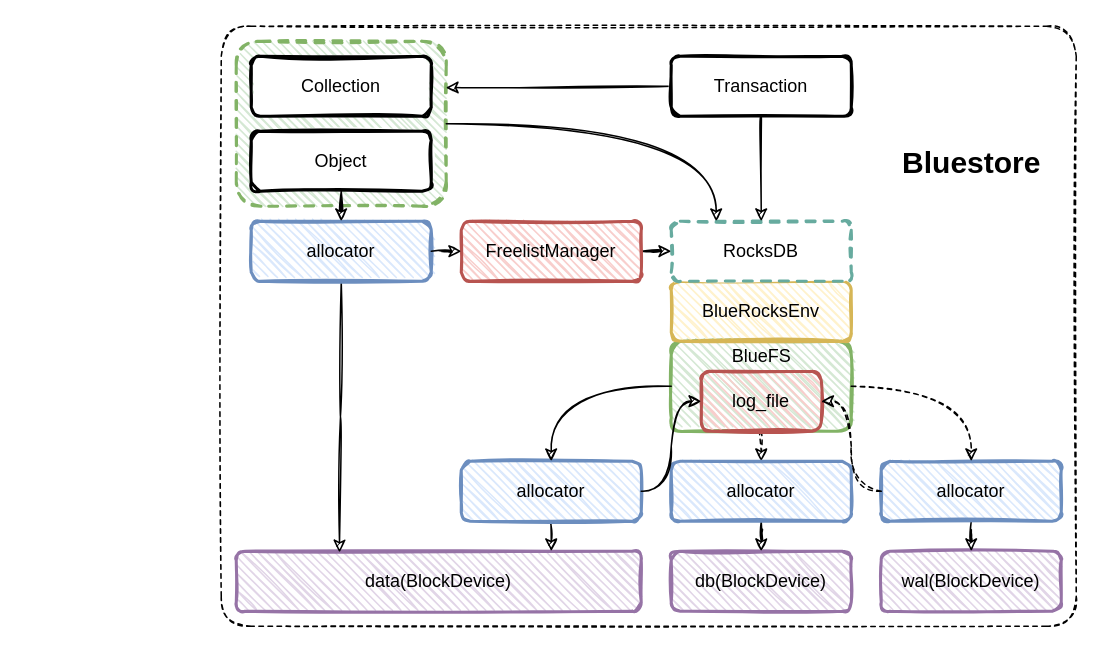
This is page "Bluestore" (1 of 3) of ceph/bluestore.drawio from EarthWind/deeparch, a draw.io file, before an edit. Source tidied: cells renumbered, new cells numbered last; positions are measured from the earlier drawing's top-left corner, leaving out a move shared by most shapes. Both pictures are drawn from the tidied source at 150%, with x=0, y=0 at pixel (220, 26).
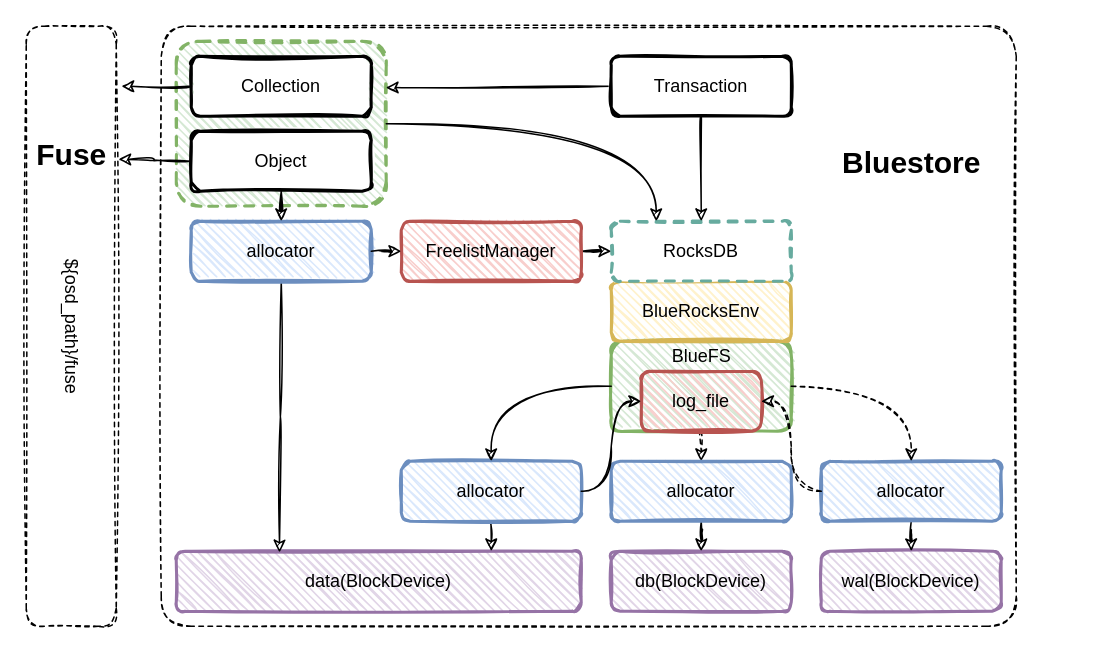
Above is the later version.

The edit, as a diff of the source:
```diff
@@
-    <mxCell id="2" style="group;" parent="1" vertex="1">
-      <mxGeometry width="570" height="400" as="geometry" />
-    </mxCell>
+    <mxCell id="37" value="&lt;span&gt;&lt;br&gt;&lt;/span&gt;" style="rounded=1;whiteSpace=wrap;html=1;strokeWidth=1;fillWeight=1;hachureGap=4;hachureAngle=45;sketch=1;fontStyle=0;arcSize=20;dashed=1;" parent="1" vertex="1">
+      <mxGeometry x="-130" width="60" height="400" as="geometry" />
+    </mxCell>
+    <mxCell id="38" style="group;" parent="1" vertex="1">
+      <mxGeometry x="-40" width="570" height="400" as="geometry" />
+    </mxCell>
-    <mxCell id="3" value="&lt;span&gt;&lt;br&gt;&lt;/span&gt;" style="rounded=1;whiteSpace=wrap;html=1;strokeWidth=1;fillWeight=1;hachureGap=4;hachureAngle=45;sketch=1;fontStyle=0;arcSize=5;dashed=1;" parent="2" vertex="1">
+    <mxCell id="3" value="&lt;span&gt;&lt;br&gt;&lt;/span&gt;" style="rounded=1;whiteSpace=wrap;html=1;strokeWidth=1;fillWeight=1;hachureGap=4;hachureAngle=45;sketch=1;fontStyle=0;arcSize=5;dashed=1;" parent="38" vertex="1">
       <mxGeometry width="570" height="400" as="geometry" />
     </mxCell>
-    <mxCell id="4" value="&lt;span&gt;&lt;br&gt;&lt;/span&gt;" style="rounded=1;whiteSpace=wrap;html=1;strokeWidth=2;fillWeight=1;hachureGap=4;hachureAngle=45;sketch=1;fontStyle=0;dashed=1;fillColor=#d5e8d4;strokeColor=#82b366;" parent="2" vertex="1">
+    <mxCell id="4" value="&lt;span&gt;&lt;br&gt;&lt;/span&gt;" style="rounded=1;whiteSpace=wrap;html=1;strokeWidth=2;fillWeight=1;hachureGap=4;hachureAngle=45;sketch=1;fontStyle=0;dashed=1;fillColor=#d5e8d4;strokeColor=#82b366;" parent="38" vertex="1">
       <mxGeometry x="10" y="10" width="140" height="110" as="geometry" />
     </mxCell>
-    <mxCell id="5" value="data(BlockDevice)" style="rounded=1;whiteSpace=wrap;html=1;strokeWidth=2;fillWeight=1;hachureGap=4;hachureAngle=45;sketch=1;fontStyle=0;fillColor=#e1d5e7;strokeColor=#9673a6;" parent="2" vertex="1">
+    <mxCell id="5" value="data(BlockDevice)" style="rounded=1;whiteSpace=wrap;html=1;strokeWidth=2;fillWeight=1;hachureGap=4;hachureAngle=45;sketch=1;fontStyle=0;fillColor=#e1d5e7;strokeColor=#9673a6;" parent="38" vertex="1">
       <mxGeometry x="10" y="350" width="270" height="40" as="geometry" />
     </mxCell>
-    <mxCell id="6" value="&lt;span&gt;db(BlockDevice)&lt;/span&gt;" style="rounded=1;whiteSpace=wrap;html=1;strokeWidth=2;fillWeight=1;hachureGap=4;hachureAngle=45;sketch=1;fontStyle=0;fillColor=#e1d5e7;strokeColor=#9673a6;" parent="2" vertex="1">
+    <mxCell id="6" value="&lt;span&gt;db(BlockDevice)&lt;/span&gt;" style="rounded=1;whiteSpace=wrap;html=1;strokeWidth=2;fillWeight=1;hachureGap=4;hachureAngle=45;sketch=1;fontStyle=0;fillColor=#e1d5e7;strokeColor=#9673a6;" parent="38" vertex="1">
       <mxGeometry x="300" y="350" width="120" height="40" as="geometry" />
     </mxCell>
-    <mxCell id="7" value="wal(BlockDevice)" style="rounded=1;whiteSpace=wrap;html=1;strokeWidth=2;fillWeight=1;hachureGap=4;hachureAngle=45;sketch=1;fontStyle=0;fillColor=#e1d5e7;strokeColor=#9673a6;" parent="2" vertex="1">
+    <mxCell id="7" value="wal(BlockDevice)" style="rounded=1;whiteSpace=wrap;html=1;strokeWidth=2;fillWeight=1;hachureGap=4;hachureAngle=45;sketch=1;fontStyle=0;fillColor=#e1d5e7;strokeColor=#9673a6;" parent="38" vertex="1">
       <mxGeometry x="440" y="350" width="120" height="40" as="geometry" />
     </mxCell>
-    <mxCell id="8" style="edgeStyle=orthogonalEdgeStyle;rounded=0;jettySize=auto;html=1;sketch=1;curved=1;dashed=1;" parent="2" edge="1" source="9">
+    <mxCell id="8" style="edgeStyle=orthogonalEdgeStyle;rounded=0;jettySize=auto;html=1;sketch=1;curved=1;dashed=1;" parent="38" edge="1" source="9">
       <mxGeometry relative="1" as="geometry">
         <mxPoint x="360" y="290" as="targetPoint" />
       </mxGeometry>
     </mxCell>
-    <mxCell id="9" style="rounded=1;whiteSpace=wrap;html=1;strokeWidth=2;fillWeight=1;hachureGap=4;hachureAngle=45;sketch=1;fontStyle=0;fillColor=#d5e8d4;strokeColor=#82b366;" parent="2" vertex="1">
+    <mxCell id="9" style="rounded=1;whiteSpace=wrap;html=1;strokeWidth=2;fillWeight=1;hachureGap=4;hachureAngle=45;sketch=1;fontStyle=0;fillColor=#d5e8d4;strokeColor=#82b366;" parent="38" vertex="1">
       <mxGeometry x="300" y="210" width="120" height="60" as="geometry" />
     </mxCell>
-    <mxCell id="10" value="BlueRocksEnv" style="rounded=1;whiteSpace=wrap;html=1;strokeWidth=2;fillWeight=1;hachureGap=4;hachureAngle=45;sketch=1;fontStyle=0;fillColor=#fff2cc;strokeColor=#d6b656;" parent="2" vertex="1">
+    <mxCell id="10" value="BlueRocksEnv" style="rounded=1;whiteSpace=wrap;html=1;strokeWidth=2;fillWeight=1;hachureGap=4;hachureAngle=45;sketch=1;fontStyle=0;fillColor=#fff2cc;strokeColor=#d6b656;" parent="38" vertex="1">
       <mxGeometry x="300" y="170" width="120" height="40" as="geometry" />
     </mxCell>
-    <mxCell id="11" value="RocksDB" style="rounded=1;whiteSpace=wrap;html=1;strokeWidth=2;fillWeight=1;hachureGap=4;hachureAngle=45;sketch=1;fontStyle=0;dashed=1;strokeColor=#67AB9F;" parent="2" vertex="1">
+    <mxCell id="11" value="RocksDB" style="rounded=1;whiteSpace=wrap;html=1;strokeWidth=2;fillWeight=1;hachureGap=4;hachureAngle=45;sketch=1;fontStyle=0;dashed=1;strokeColor=#67AB9F;" parent="38" vertex="1">
       <mxGeometry x="300" y="130" width="120" height="40" as="geometry" />
     </mxCell>
-    <mxCell id="12" style="edgeStyle=orthogonalEdgeStyle;curved=1;rounded=0;sketch=1;jettySize=auto;html=1;entryX=0.25;entryY=0;entryDx=0;entryDy=0;" parent="2" edge="1" source="4" target="11">
+    <mxCell id="12" style="edgeStyle=orthogonalEdgeStyle;curved=1;rounded=0;sketch=1;jettySize=auto;html=1;entryX=0.25;entryY=0;entryDx=0;entryDy=0;" parent="38" edge="1" source="4" target="11">
       <mxGeometry relative="1" as="geometry" />
     </mxCell>
-    <mxCell id="13" style="edgeStyle=orthogonalEdgeStyle;curved=1;rounded=0;sketch=1;jettySize=auto;html=1;entryX=0.778;entryY=0;entryDx=0;entryDy=0;entryPerimeter=0;" parent="2" edge="1" source="14" target="5">
+    <mxCell id="13" style="edgeStyle=orthogonalEdgeStyle;curved=1;rounded=0;sketch=1;jettySize=auto;html=1;entryX=0.778;entryY=0;entryDx=0;entryDy=0;entryPerimeter=0;" parent="38" edge="1" source="14" target="5">
       <mxGeometry relative="1" as="geometry" />
     </mxCell>
-    <mxCell id="14" value="&lt;span&gt;allocator&lt;br&gt;&lt;/span&gt;" style="rounded=1;whiteSpace=wrap;html=1;strokeWidth=2;fillWeight=1;hachureGap=4;hachureAngle=45;sketch=1;fontStyle=0;fillColor=#dae8fc;strokeColor=#6c8ebf;" parent="2" vertex="1">
+    <mxCell id="14" value="&lt;span&gt;allocator&lt;br&gt;&lt;/span&gt;" style="rounded=1;whiteSpace=wrap;html=1;strokeWidth=2;fillWeight=1;hachureGap=4;hachureAngle=45;sketch=1;fontStyle=0;fillColor=#dae8fc;strokeColor=#6c8ebf;" parent="38" vertex="1">
       <mxGeometry x="160" y="290" width="120" height="40" as="geometry" />
     </mxCell>
-    <mxCell id="15" style="edgeStyle=orthogonalEdgeStyle;curved=1;rounded=0;sketch=1;jettySize=auto;html=1;entryX=0.5;entryY=0;entryDx=0;entryDy=0;" parent="2" edge="1" source="9" target="14">
+    <mxCell id="15" style="edgeStyle=orthogonalEdgeStyle;curved=1;rounded=0;sketch=1;jettySize=auto;html=1;entryX=0.5;entryY=0;entryDx=0;entryDy=0;" parent="38" edge="1" source="9" target="14">
       <mxGeometry relative="1" as="geometry" />
     </mxCell>
-    <mxCell id="16" style="edgeStyle=orthogonalEdgeStyle;curved=1;rounded=0;sketch=1;jettySize=auto;html=1;entryX=0.5;entryY=0;entryDx=0;entryDy=0;" parent="2" edge="1" source="17" target="6">
+    <mxCell id="16" style="edgeStyle=orthogonalEdgeStyle;curved=1;rounded=0;sketch=1;jettySize=auto;html=1;entryX=0.5;entryY=0;entryDx=0;entryDy=0;" parent="38" edge="1" source="17" target="6">
       <mxGeometry relative="1" as="geometry" />
     </mxCell>
-    <mxCell id="17" value="&lt;span&gt;allocator&lt;br&gt;&lt;/span&gt;" style="rounded=1;whiteSpace=wrap;html=1;strokeWidth=2;fillWeight=1;hachureGap=4;hachureAngle=45;sketch=1;fontStyle=0;fillColor=#dae8fc;strokeColor=#6c8ebf;" parent="2" vertex="1">
+    <mxCell id="17" value="&lt;span&gt;allocator&lt;br&gt;&lt;/span&gt;" style="rounded=1;whiteSpace=wrap;html=1;strokeWidth=2;fillWeight=1;hachureGap=4;hachureAngle=45;sketch=1;fontStyle=0;fillColor=#dae8fc;strokeColor=#6c8ebf;" parent="38" vertex="1">
       <mxGeometry x="300" y="290" width="120" height="40" as="geometry" />
     </mxCell>
-    <mxCell id="18" style="edgeStyle=orthogonalEdgeStyle;curved=1;rounded=0;sketch=1;jettySize=auto;html=1;entryX=0.5;entryY=0;entryDx=0;entryDy=0;" parent="2" edge="1" source="19" target="7">
+    <mxCell id="18" style="edgeStyle=orthogonalEdgeStyle;curved=1;rounded=0;sketch=1;jettySize=auto;html=1;entryX=0.5;entryY=0;entryDx=0;entryDy=0;" parent="38" edge="1" source="19" target="7">
       <mxGeometry relative="1" as="geometry" />
     </mxCell>
-    <mxCell id="19" value="&lt;span&gt;allocator&lt;br&gt;&lt;/span&gt;" style="rounded=1;whiteSpace=wrap;html=1;strokeWidth=2;fillWeight=1;hachureGap=4;hachureAngle=45;sketch=1;fontStyle=0;fillColor=#dae8fc;strokeColor=#6c8ebf;" parent="2" vertex="1">
+    <mxCell id="19" value="&lt;span&gt;allocator&lt;br&gt;&lt;/span&gt;" style="rounded=1;whiteSpace=wrap;html=1;strokeWidth=2;fillWeight=1;hachureGap=4;hachureAngle=45;sketch=1;fontStyle=0;fillColor=#dae8fc;strokeColor=#6c8ebf;" parent="38" vertex="1">
       <mxGeometry x="440" y="290" width="120" height="40" as="geometry" />
     </mxCell>
-    <mxCell id="20" style="edgeStyle=orthogonalEdgeStyle;curved=1;rounded=0;sketch=1;jettySize=auto;html=1;exitX=1;exitY=0.5;exitDx=0;exitDy=0;dashed=1;entryX=0.5;entryY=0;entryDx=0;entryDy=0;" parent="2" edge="1" source="9" target="19">
+    <mxCell id="20" style="edgeStyle=orthogonalEdgeStyle;curved=1;rounded=0;sketch=1;jettySize=auto;html=1;exitX=1;exitY=0.5;exitDx=0;exitDy=0;dashed=1;entryX=0.5;entryY=0;entryDx=0;entryDy=0;" parent="38" edge="1" source="9" target="19">
       <mxGeometry relative="1" as="geometry" />
     </mxCell>
-    <mxCell id="21" style="edgeStyle=orthogonalEdgeStyle;curved=1;rounded=0;sketch=1;jettySize=auto;html=1;entryX=0.255;entryY=0.02;entryDx=0;entryDy=0;entryPerimeter=0;" parent="2" edge="1" source="22" target="5">
+    <mxCell id="21" style="edgeStyle=orthogonalEdgeStyle;curved=1;rounded=0;sketch=1;jettySize=auto;html=1;entryX=0.255;entryY=0.02;entryDx=0;entryDy=0;entryPerimeter=0;" parent="38" edge="1" source="22" target="5">
       <mxGeometry relative="1" as="geometry" />
     </mxCell>
-    <mxCell id="22" value="&lt;span&gt;allocator&lt;br&gt;&lt;/span&gt;" style="rounded=1;whiteSpace=wrap;html=1;strokeWidth=2;fillWeight=1;hachureGap=4;hachureAngle=45;sketch=1;fontStyle=0;fillColor=#dae8fc;strokeColor=#6c8ebf;" parent="2" vertex="1">
+    <mxCell id="22" value="&lt;span&gt;allocator&lt;br&gt;&lt;/span&gt;" style="rounded=1;whiteSpace=wrap;html=1;strokeWidth=2;fillWeight=1;hachureGap=4;hachureAngle=45;sketch=1;fontStyle=0;fillColor=#dae8fc;strokeColor=#6c8ebf;" parent="38" vertex="1">
       <mxGeometry x="20" y="130" width="120" height="40" as="geometry" />
     </mxCell>
-    <mxCell id="23" style="edgeStyle=orthogonalEdgeStyle;curved=1;rounded=0;sketch=1;jettySize=auto;html=1;entryX=0;entryY=0.5;entryDx=0;entryDy=0;" parent="2" edge="1" source="24" target="11">
+    <mxCell id="23" style="edgeStyle=orthogonalEdgeStyle;curved=1;rounded=0;sketch=1;jettySize=auto;html=1;entryX=0;entryY=0.5;entryDx=0;entryDy=0;" parent="38" edge="1" source="24" target="11">
       <mxGeometry relative="1" as="geometry" />
     </mxCell>
-    <mxCell id="24" value="&lt;span&gt;FreelistManager&lt;br&gt;&lt;/span&gt;" style="rounded=1;whiteSpace=wrap;html=1;strokeWidth=2;fillWeight=1;hachureGap=4;hachureAngle=45;sketch=1;fontStyle=0;fillColor=#f8cecc;strokeColor=#b85450;" parent="2" vertex="1">
+    <mxCell id="24" value="&lt;span&gt;FreelistManager&lt;br&gt;&lt;/span&gt;" style="rounded=1;whiteSpace=wrap;html=1;strokeWidth=2;fillWeight=1;hachureGap=4;hachureAngle=45;sketch=1;fontStyle=0;fillColor=#f8cecc;strokeColor=#b85450;" parent="38" vertex="1">
       <mxGeometry x="160" y="130" width="120" height="40" as="geometry" />
     </mxCell>
-    <mxCell id="25" style="edgeStyle=orthogonalEdgeStyle;curved=1;rounded=0;sketch=1;jettySize=auto;html=1;entryX=0;entryY=0.5;entryDx=0;entryDy=0;" parent="2" edge="1" source="22" target="24">
+    <mxCell id="25" style="edgeStyle=orthogonalEdgeStyle;curved=1;rounded=0;sketch=1;jettySize=auto;html=1;entryX=0;entryY=0.5;entryDx=0;entryDy=0;" parent="38" edge="1" source="22" target="24">
       <mxGeometry relative="1" as="geometry" />
     </mxCell>
-    <mxCell id="26" style="edgeStyle=orthogonalEdgeStyle;curved=1;rounded=0;sketch=1;jettySize=auto;html=1;entryX=0.5;entryY=0;entryDx=0;entryDy=0;" parent="2" edge="1" source="28" target="11">
+    <mxCell id="26" style="edgeStyle=orthogonalEdgeStyle;curved=1;rounded=0;sketch=1;jettySize=auto;html=1;entryX=0.5;entryY=0;entryDx=0;entryDy=0;" parent="38" edge="1" source="28" target="11">
       <mxGeometry relative="1" as="geometry" />
     </mxCell>
-    <mxCell id="27" style="edgeStyle=orthogonalEdgeStyle;curved=1;rounded=0;sketch=1;jettySize=auto;html=1;entryX=0.998;entryY=0.281;entryDx=0;entryDy=0;entryPerimeter=0;" parent="2" edge="1" source="28" target="4">
+    <mxCell id="27" style="edgeStyle=orthogonalEdgeStyle;curved=1;rounded=0;sketch=1;jettySize=auto;html=1;entryX=0.998;entryY=0.281;entryDx=0;entryDy=0;entryPerimeter=0;" parent="38" edge="1" source="28" target="4">
       <mxGeometry relative="1" as="geometry" />
     </mxCell>
-    <mxCell id="28" value="&lt;span&gt;Transaction&lt;br&gt;&lt;/span&gt;" style="rounded=1;whiteSpace=wrap;html=1;strokeWidth=2;fillWeight=1;hachureGap=4;hachureAngle=45;sketch=1;fontStyle=0;" parent="2" vertex="1">
+    <mxCell id="28" value="&lt;span&gt;Transaction&lt;br&gt;&lt;/span&gt;" style="rounded=1;whiteSpace=wrap;html=1;strokeWidth=2;fillWeight=1;hachureGap=4;hachureAngle=45;sketch=1;fontStyle=0;" parent="38" vertex="1">
       <mxGeometry x="300" y="20" width="120" height="40" as="geometry" />
     </mxCell>
-    <mxCell id="29" style="edgeStyle=orthogonalEdgeStyle;curved=1;rounded=0;sketch=1;jettySize=auto;html=1;entryX=0.5;entryY=0;entryDx=0;entryDy=0;" parent="2" edge="1" source="30" target="22">
+    <mxCell id="29" style="edgeStyle=orthogonalEdgeStyle;curved=1;rounded=0;sketch=1;jettySize=auto;html=1;entryX=0.5;entryY=0;entryDx=0;entryDy=0;" parent="38" edge="1" source="30" target="22">
       <mxGeometry relative="1" as="geometry" />
     </mxCell>
-    <mxCell id="30" value="&lt;span&gt;Object&lt;br&gt;&lt;/span&gt;" style="rounded=1;whiteSpace=wrap;html=1;strokeWidth=2;fillWeight=1;hachureGap=4;hachureAngle=45;sketch=1;fontStyle=0;" parent="2" vertex="1">
+    <mxCell id="30" value="&lt;span&gt;Object&lt;br&gt;&lt;/span&gt;" style="rounded=1;whiteSpace=wrap;html=1;strokeWidth=2;fillWeight=1;hachureGap=4;hachureAngle=45;sketch=1;fontStyle=0;" parent="38" vertex="1">
       <mxGeometry x="20" y="70" width="120" height="40" as="geometry" />
     </mxCell>
-    <mxCell id="31" value="&lt;span&gt;Collection&lt;br&gt;&lt;/span&gt;" style="rounded=1;whiteSpace=wrap;html=1;strokeWidth=2;fillWeight=1;hachureGap=4;hachureAngle=45;sketch=1;fontStyle=0;" parent="2" vertex="1">
+    <mxCell id="31" value="&lt;span&gt;Collection&lt;br&gt;&lt;/span&gt;" style="rounded=1;whiteSpace=wrap;html=1;strokeWidth=2;fillWeight=1;hachureGap=4;hachureAngle=45;sketch=1;fontStyle=0;" parent="38" vertex="1">
       <mxGeometry x="20" y="20" width="120" height="40" as="geometry" />
     </mxCell>
-    <mxCell id="32" value="BlueFS" style="text;html=1;align=center;verticalAlign=middle;strokeColor=none;fillColor=none;" parent="2" vertex="1">
+    <mxCell id="32" value="BlueFS" style="text;html=1;align=center;verticalAlign=middle;strokeColor=none;fillColor=none;" parent="38" vertex="1">
       <mxGeometry x="335" y="210" width="50" height="20" as="geometry" />
     </mxCell>
-    <mxCell id="33" value="log_file" style="rounded=1;whiteSpace=wrap;html=1;strokeWidth=2;fillWeight=1;hachureGap=4;hachureAngle=45;sketch=1;fontStyle=0;fillColor=#f8cecc;strokeColor=#b85450;" parent="2" vertex="1">
+    <mxCell id="33" value="log_file" style="rounded=1;whiteSpace=wrap;html=1;strokeWidth=2;fillWeight=1;hachureGap=4;hachureAngle=45;sketch=1;fontStyle=0;fillColor=#f8cecc;strokeColor=#b85450;" parent="38" vertex="1">
       <mxGeometry x="320" y="230" width="80" height="40" as="geometry" />
     </mxCell>
-    <mxCell id="34" style="edgeStyle=orthogonalEdgeStyle;curved=1;rounded=0;sketch=1;jettySize=auto;html=1;entryX=0;entryY=0.5;entryDx=0;entryDy=0;" parent="2" edge="1" source="14" target="33">
+    <mxCell id="34" style="edgeStyle=orthogonalEdgeStyle;curved=1;rounded=0;sketch=1;jettySize=auto;html=1;entryX=0;entryY=0.5;entryDx=0;entryDy=0;" parent="38" edge="1" source="14" target="33">
       <mxGeometry relative="1" as="geometry" />
     </mxCell>
-    <mxCell id="35" style="edgeStyle=orthogonalEdgeStyle;curved=1;rounded=0;sketch=1;jettySize=auto;html=1;entryX=1;entryY=0.5;entryDx=0;entryDy=0;dashed=1;" parent="2" edge="1" source="19" target="33">
+    <mxCell id="35" style="edgeStyle=orthogonalEdgeStyle;curved=1;rounded=0;sketch=1;jettySize=auto;html=1;entryX=1;entryY=0.5;entryDx=0;entryDy=0;dashed=1;" parent="38" edge="1" source="19" target="33">
       <mxGeometry relative="1" as="geometry" />
     </mxCell>
-    <mxCell id="36" value="Bluestore" style="text;html=1;align=center;verticalAlign=middle;strokeColor=none;fillColor=none;fontSize=20;fontStyle=1;" parent="2" vertex="1">
+    <mxCell id="36" value="Bluestore" style="text;html=1;align=center;verticalAlign=middle;strokeColor=none;fillColor=none;fontSize=20;fontStyle=1;" parent="38" vertex="1">
       <mxGeometry x="445" y="75" width="110" height="30" as="geometry" />
     </mxCell>
+    <mxCell id="39" value="Fuse" style="text;html=1;align=center;verticalAlign=middle;points=[];strokeColor=none;fillColor=none;fontSize=20;fontStyle=1;" parent="1" vertex="1">
+      <mxGeometry x="-130" y="70" width="60" height="30" as="geometry" />
+    </mxCell>
+    <mxCell id="40" value="${osd_path}/fuse" style="text;html=1;align=center;verticalAlign=middle;strokeColor=none;fillColor=none;fontSize=12;rotation=90;" parent="1" vertex="1">
+      <mxGeometry x="-155" y="190" width="110" height="20" as="geometry" />
+    </mxCell>
+    <mxCell id="41" style="edgeStyle=orthogonalEdgeStyle;curved=1;rounded=0;sketch=1;jettySize=auto;html=1;entryX=1.058;entryY=0.1;entryDx=0;entryDy=0;entryPerimeter=0;fontSize=12;" parent="1" edge="1" source="31" target="37">
+      <mxGeometry relative="1" as="geometry" />
+    </mxCell>
+    <mxCell id="42" style="edgeStyle=orthogonalEdgeStyle;curved=1;rounded=0;sketch=1;jettySize=auto;html=1;entryX=1.024;entryY=0.626;entryDx=0;entryDy=0;entryPerimeter=0;fontSize=12;" parent="1" edge="1" source="30" target="39">
+      <mxGeometry relative="1" as="geometry" />
+    </mxCell>
```
